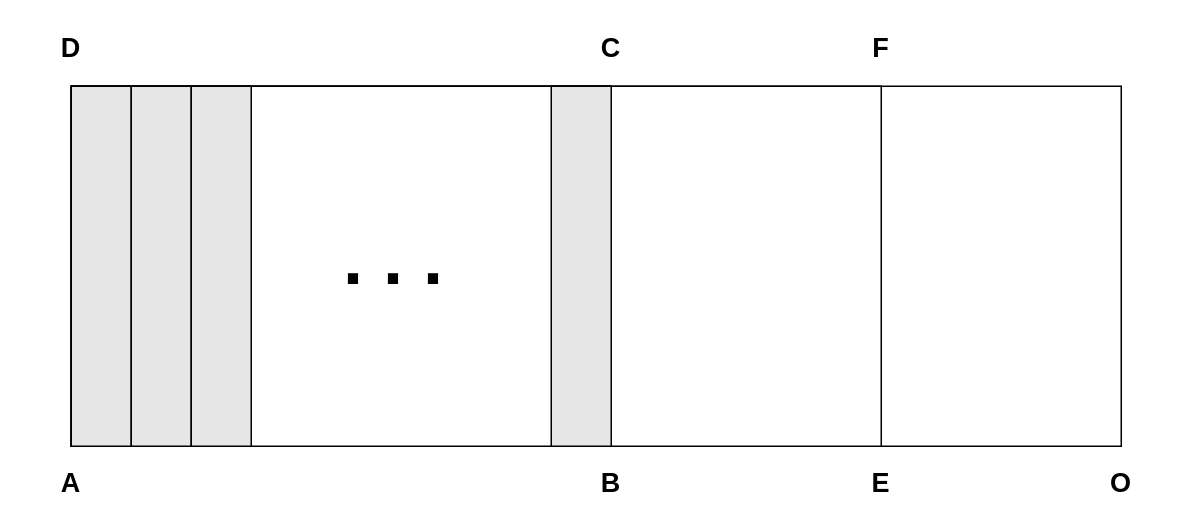
This is euclid/ABEO.drawio from nikitadanilov/nikitadanilov.github.io, a draw.io file, before an edit. Source tidied: cells renumbered, new cells numbered last; positions are measured from the earlier drawing's top-left corner, leaving out a move shared by most shapes. Both pictures are drawn from the tidied source at 150%, with x=0, y=0 at pixel (26, 26).
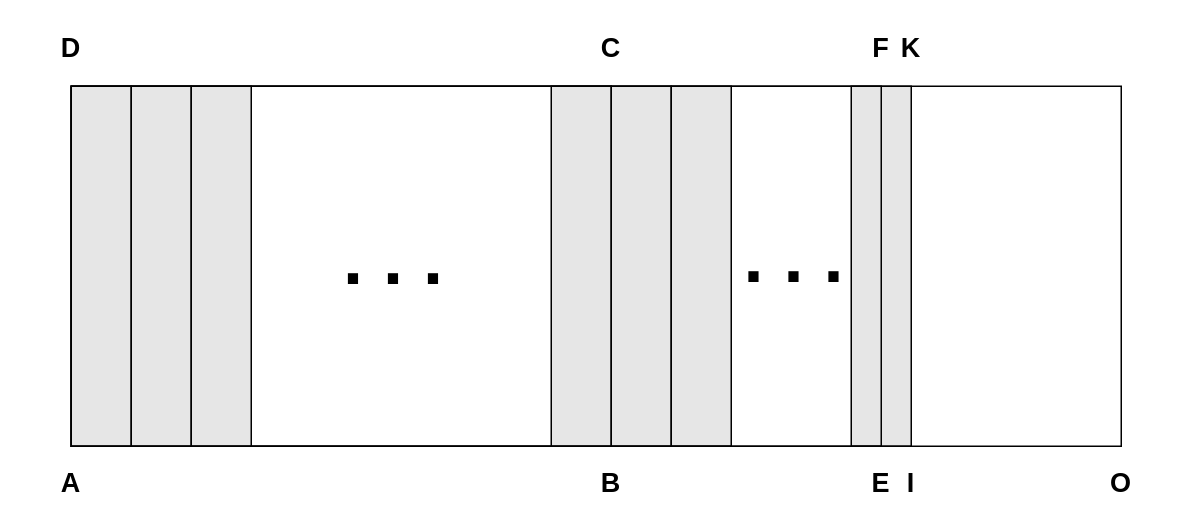
The same page after the edit.

The edit, as a diff of the source:
```diff
@@
-    <mxCell id="2" style="rounded=0;whiteSpace=wrap;html=1;" parent="1" vertex="1">
-      <mxGeometry x="30" y="40" width="700" height="240" as="geometry" />
-    </mxCell>
-    <mxCell id="3" style="rounded=0;whiteSpace=wrap;html=1;" parent="1" vertex="1">
-      <mxGeometry x="30" y="40" width="540" height="240" as="geometry" />
-    </mxCell>
@@
+    <mxCell id="17" style="rounded=0;whiteSpace=wrap;html=1;fillColor=#E6E6E6;" parent="1" vertex="1">
+      <mxGeometry x="390" y="40" width="40" height="240" as="geometry" />
+    </mxCell>
+    <mxCell id="18" style="rounded=0;whiteSpace=wrap;html=1;fillColor=#E6E6E6;" parent="1" vertex="1">
+      <mxGeometry x="430" y="40" width="40" height="240" as="geometry" />
+    </mxCell>
+    <mxCell id="19" style="rounded=0;whiteSpace=wrap;html=1;fillColor=#E6E6E6;" parent="1" vertex="1">
+      <mxGeometry x="550" y="40" width="40" height="240" as="geometry" />
+    </mxCell>
+    <mxCell id="2" style="rounded=0;whiteSpace=wrap;html=1;fillColor=none;" parent="1" vertex="1">
+      <mxGeometry x="30" y="40" width="700" height="240" as="geometry" />
+    </mxCell>
+    <mxCell id="3" style="rounded=0;whiteSpace=wrap;html=1;fillColor=none;" parent="1" vertex="1">
+      <mxGeometry x="30" y="40" width="540" height="240" as="geometry" />
+    </mxCell>
+    <mxCell id="20" value="&lt;b&gt;&lt;font style=&quot;font-size: 48px;&quot;&gt;. . .&lt;/font&gt;&lt;/b&gt;" style="text;html=1;align=center;verticalAlign=middle;whiteSpace=wrap;rounded=0;" parent="1" vertex="1">
+      <mxGeometry x="477" y="139" width="70" height="30" as="geometry" />
+    </mxCell>
+    <mxCell id="21" value="&lt;span style=&quot;font-size: 18px;&quot;&gt;&lt;b&gt;I&lt;/b&gt;&lt;/span&gt;" style="text;html=1;align=center;verticalAlign=middle;whiteSpace=wrap;rounded=0;" parent="1" vertex="1">
+      <mxGeometry x="560" y="290" width="60" height="30" as="geometry" />
+    </mxCell>
+    <mxCell id="22" value="&lt;span style=&quot;font-size: 18px;&quot;&gt;&lt;b&gt;K&lt;/b&gt;&lt;/span&gt;" style="text;html=1;align=center;verticalAlign=middle;whiteSpace=wrap;rounded=0;" parent="1" vertex="1">
+      <mxGeometry x="560" width="60" height="30" as="geometry" />
+    </mxCell>
```
